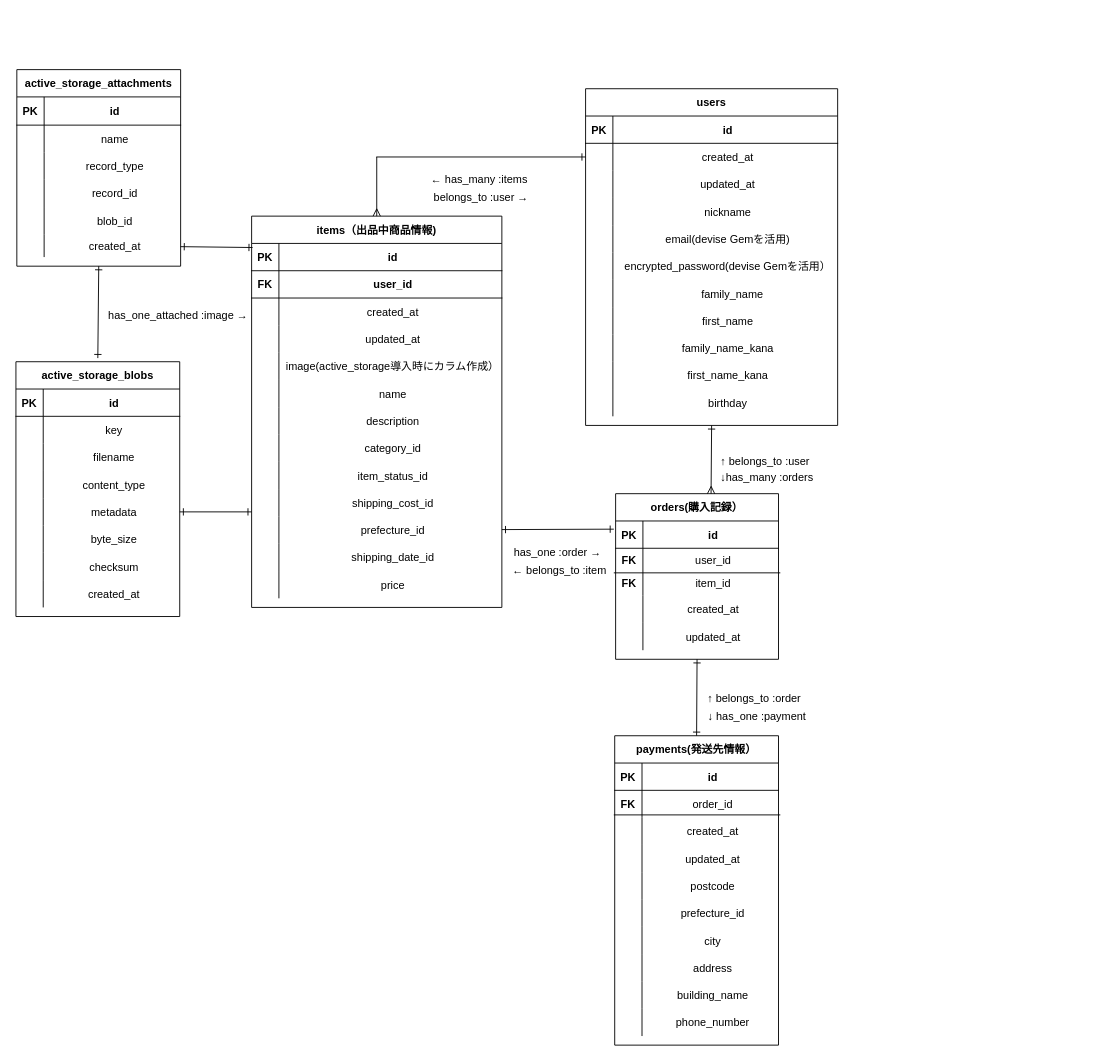
kenji198834/furima-38773 keeps this draw.io diagram as test.dio. Above is the earlier version. Source tidied: cells renumbered, new cells numbered last; positions are measured from the earlier drawing's top-left corner, leaving out a move shared by most shapes. Both pictures are drawn from the tidied source at 91%, with x=0, y=0 at pixel (15, 69).
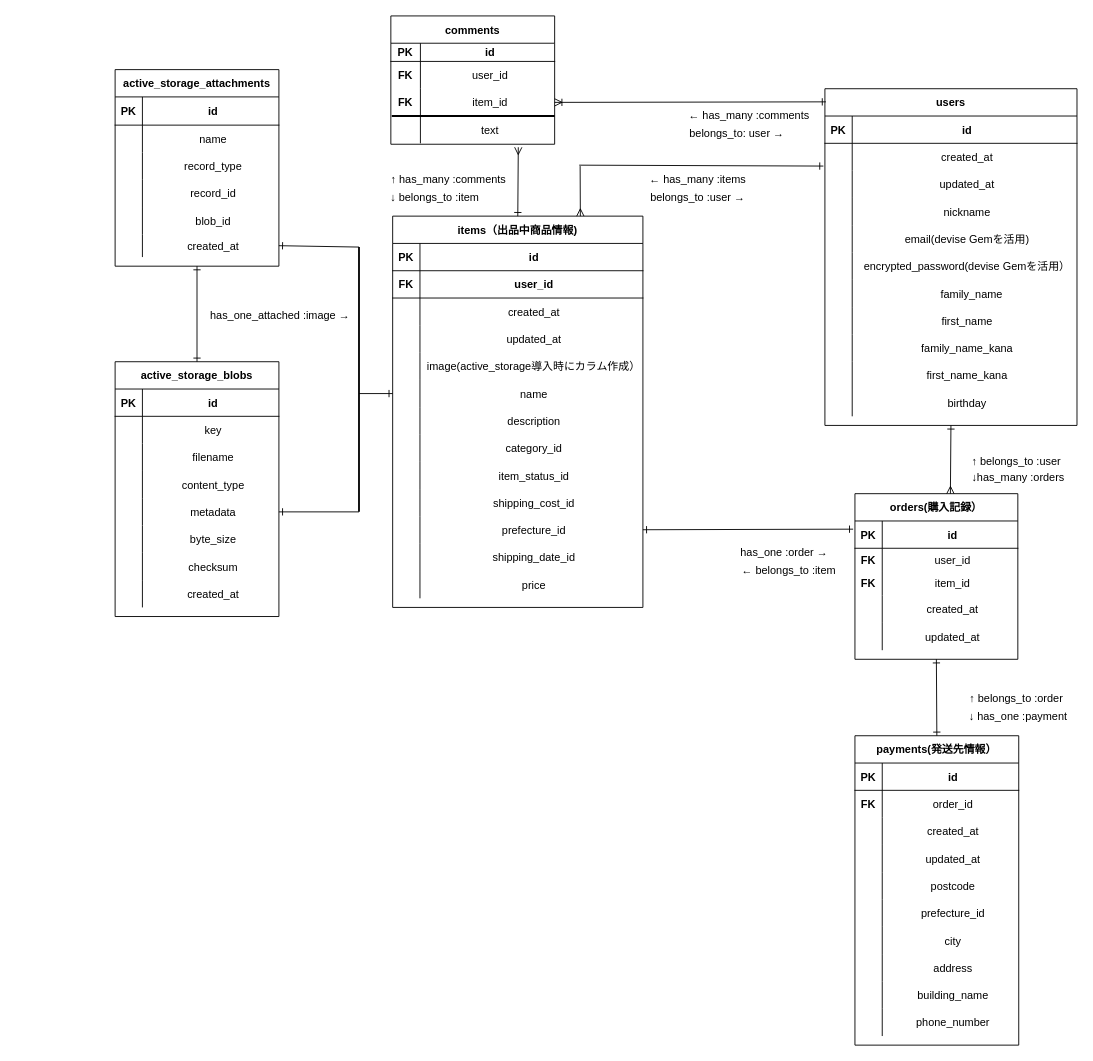
Above is the later version.

The change refers to these unchanged cells:
```xml
<mxCell id="13" style="shape=partialRectangle;fillColor=none;top=0;left=0;bottom=0;right=0;points=[[0,0.5],[1,0.5]];portConstraint=eastwest;glass=0;fontFamily=Helvetica;fontSize=12;fontColor=default;strokeColor=default;strokeWidth=1;" parent="3" vertex="1">
  <mxGeometry y="121" width="180" height="30" as="geometry" />
</mxCell>
<mxCell id="19" style="shape=partialRectangle;fillColor=none;top=0;left=0;bottom=0;right=0;points=[[0,0.5],[1,0.5]];portConstraint=eastwest;glass=0;fontFamily=Helvetica;fontSize=12;fontColor=default;strokeColor=default;strokeWidth=1;" parent="3" vertex="1">
  <mxGeometry y="181" width="180" height="25" as="geometry" />
</mxCell>
<mxCell id="35" style="shape=partialRectangle;fillColor=none;top=0;left=0;bottom=0;right=0;points=[[0,0.5],[1,0.5]];portConstraint=eastwest;glass=0;fontFamily=Helvetica;fontSize=12;fontColor=default;strokeColor=default;strokeWidth=1;" parent="22" vertex="1">
  <mxGeometry y="150" width="180" height="30" as="geometry" />
</mxCell>
<mxCell id="49" style="shape=partialRectangle;fillColor=none;top=0;left=0;bottom=1;right=0;points=[[0,0.5],[1,0.5]];portConstraint=eastwest;glass=0;fontFamily=Helvetica;fontSize=12;fontColor=default;strokeColor=default;strokeWidth=1;" parent="48" vertex="1">
  <mxGeometry y="30" width="275" height="30" as="geometry" />
</mxCell>
<mxCell id="96" style="shape=partialRectangle;fillColor=none;top=0;left=0;bottom=0;right=0;points=[[0,0.5],[1,0.5]];portConstraint=eastwest;glass=0;fontFamily=Helvetica;fontSize=12;fontColor=default;strokeColor=default;strokeWidth=1;" parent="92" vertex="1">
  <mxGeometry y="60" width="277" height="30" as="geometry" />
</mxCell>
```

Diff of the diagram source:
```diff
@@
-    <mxCell id="2" style="edgeStyle=none;html=1;exitX=0.5;exitY=1;exitDx=0;exitDy=0;fontFamily=Helvetica;fontSize=12;fontColor=default;endArrow=ERone;endFill=0;startArrow=ERone;startFill=0;" parent="1" edge="1" source="3">
-      <mxGeometry relative="1" as="geometry">
-        <mxPoint x="90" y="317" as="targetPoint" />
-      </mxGeometry>
-    </mxCell>
+    <mxCell id="187" style="edgeStyle=none;html=1;exitX=0.5;exitY=1;exitDx=0;exitDy=0;entryX=0.5;entryY=0;entryDx=0;entryDy=0;fontFamily=Helvetica;fontSize=12;fontColor=default;startArrow=ERone;startFill=0;endArrow=ERone;endFill=0;strokeColor=default;" parent="1" edge="1" source="3" target="22">
+      <mxGeometry relative="1" as="geometry" />
+    </mxCell>
     <mxCell id="3" value="active_storage_attachments" style="shape=table;startSize=30;childLayout=tableLayout;rowLines=0;fontStyle=1;align=center;glass=0;fontFamily=Helvetica;fontSize=12;fontColor=default;strokeColor=default;strokeWidth=1;fillColor=none;gradientColor=none;" parent="1" vertex="1">
-      <mxGeometry x="1" width="180" height="216" as="geometry" />
+      <mxGeometry x="109" width="180" height="216" as="geometry" />
     </mxCell>
@@
     <mxCell id="22" value="active_storage_blobs" style="shape=table;startSize=30;childLayout=tableLayout;rowLines=0;fontStyle=1;align=center;glass=0;fontFamily=Helvetica;fontSize=12;fontColor=default;strokeColor=default;strokeWidth=1;fillColor=none;gradientColor=none;" parent="1" vertex="1">
-      <mxGeometry y="321" width="180" height="280" as="geometry" />
+      <mxGeometry x="109" y="321" width="180" height="280" as="geometry" />
     </mxCell>
@@
-    <mxCell id="47" style="edgeStyle=none;html=1;fontFamily=Helvetica;fontSize=12;fontColor=default;startArrow=ERmany;startFill=0;endArrow=none;endFill=0;strokeColor=default;" parent="1" edge="1" source="48">
-      <mxGeometry relative="1" as="geometry">
-        <mxPoint x="396.5" y="96" as="targetPoint" />
-      </mxGeometry>
-    </mxCell>
+    <mxCell id="188" style="edgeStyle=none;html=1;exitX=0.75;exitY=0;exitDx=0;exitDy=0;fontFamily=Helvetica;fontSize=12;fontColor=default;startArrow=ERmany;startFill=0;endArrow=none;endFill=0;strokeColor=default;" parent="1" edge="1" source="48">
+      <mxGeometry relative="1" as="geometry">
+        <mxPoint x="620" y="106" as="targetPoint" />
+      </mxGeometry>
+    </mxCell>
+    <mxCell id="189" style="edgeStyle=none;html=1;exitX=0.5;exitY=0;exitDx=0;exitDy=0;entryX=0.778;entryY=1.144;entryDx=0;entryDy=0;entryPerimeter=0;fontFamily=Helvetica;fontSize=12;fontColor=default;startArrow=ERone;startFill=0;endArrow=ERmany;endFill=0;strokeColor=default;" parent="1" edge="1" source="48" target="205">
+      <mxGeometry relative="1" as="geometry" />
+    </mxCell>
     <mxCell id="48" value="items（出品中商品情報)" style="shape=table;startSize=30;childLayout=tableLayout;rowLines=0;fontStyle=1;align=center;glass=0;fontFamily=Helvetica;fontSize=12;fontColor=default;strokeColor=default;strokeWidth=1;fillColor=none;gradientColor=none;" parent="1" vertex="1">
-      <mxGeometry x="259" y="161" width="275" height="430" as="geometry" />
+      <mxGeometry x="414" y="161" width="275" height="430" as="geometry" />
     </mxCell>
@@
-    <mxCell id="88" style="edgeStyle=none;html=1;exitX=1;exitY=0.5;exitDx=0;exitDy=0;fontFamily=Helvetica;fontSize=12;fontColor=default;startArrow=ERone;startFill=0;endArrow=ERone;endFill=0;strokeColor=none;" parent="1" edge="1" source="13">
+    <mxCell id="88" style="edgeStyle=none;html=1;exitX=1;exitY=0.5;exitDx=0;exitDy=0;fontFamily=Helvetica;fontSize=12;fontColor=default;startArrow=none;startFill=0;endArrow=ERone;endFill=0;strokeColor=none;" parent="1" edge="1" source="190">
       <mxGeometry relative="1" as="geometry">
         <mxPoint x="189" y="136" as="targetPoint" />
         <Array as="points">
           <mxPoint x="229" y="351" />
           <mxPoint x="229" y="136" />
         </Array>
       </mxGeometry>
     </mxCell>
-    <mxCell id="89" style="edgeStyle=none;html=1;exitX=1;exitY=0.5;exitDx=0;exitDy=0;fontFamily=Helvetica;fontSize=12;fontColor=default;startArrow=ERone;startFill=0;endArrow=ERone;endFill=0;" parent="1" edge="1" source="35">
-      <mxGeometry relative="1" as="geometry">
-        <mxPoint x="259" y="486" as="targetPoint" />
-      </mxGeometry>
-    </mxCell>
-    <mxCell id="90" style="edgeStyle=none;html=1;fontFamily=Helvetica;fontSize=12;fontColor=default;startArrow=ERone;startFill=0;endArrow=ERone;endFill=0;strokeColor=default;entryX=0.004;entryY=0.15;entryDx=0;entryDy=0;entryPerimeter=0;" parent="1" edge="1" source="19" target="49">
-      <mxGeometry relative="1" as="geometry" />
-    </mxCell>
@@
     <mxCell id="92" value="users" style="shape=table;startSize=30;childLayout=tableLayout;rowLines=0;fontStyle=1;align=center;glass=0;fontFamily=Helvetica;fontSize=12;fontColor=default;strokeColor=default;strokeWidth=1;fillColor=none;gradientColor=none;" parent="1" vertex="1">
-      <mxGeometry x="626" y="21" width="277" height="370" as="geometry" />
+      <mxGeometry x="889" y="21" width="277" height="370" as="geometry" />
     </mxCell>
@@
     <mxCell id="127" value="orders(購入記録）" style="shape=table;startSize=30;childLayout=tableLayout;rowLines=0;fontStyle=1;align=center;glass=0;fontFamily=Helvetica;fontSize=12;fontColor=default;strokeColor=default;strokeWidth=1;fillColor=none;gradientColor=none;" parent="1" vertex="1">
-      <mxGeometry x="659" y="466" width="179" height="182" as="geometry" />
+      <mxGeometry x="922" y="466" width="179" height="182" as="geometry" />
     </mxCell>
@@
-    <mxCell id="143" style="line;strokeWidth=1;dashed=0;labelPosition=right;align=left;verticalAlign=middle;spacingTop=0;spacingLeft=6;glass=0;fontFamily=Helvetica;fontSize=12;fontColor=default;fillColor=none;gradientColor=none;" parent="1" vertex="1">
-      <mxGeometry x="657" y="548" width="183" height="10" as="geometry" />
-    </mxCell>
     <mxCell id="144" value="payments(発送先情報）" style="shape=table;startSize=30;childLayout=tableLayout;rowLines=0;fontStyle=1;align=center;glass=0;fontFamily=Helvetica;fontSize=12;fontColor=default;strokeColor=default;strokeWidth=1;fillColor=none;gradientColor=none;" parent="1" vertex="1">
-      <mxGeometry x="658" y="732" width="180" height="340" as="geometry" />
+      <mxGeometry x="922" y="732" width="180" height="340" as="geometry" />
     </mxCell>
@@
-    <mxCell id="175" style="line;strokeWidth=1;dashed=0;labelPosition=right;align=left;verticalAlign=middle;spacingTop=0;spacingLeft=6;glass=0;fontFamily=Helvetica;fontSize=12;fontColor=default;fillColor=none;gradientColor=none;" parent="1" vertex="1">
-      <mxGeometry x="657" y="814" width="183" height="10" as="geometry" />
-    </mxCell>
@@
-    <mxCell id="177" style="edgeStyle=none;html=1;exitX=0;exitY=0.5;exitDx=0;exitDy=0;fontFamily=Helvetica;fontSize=12;fontColor=default;startArrow=ERone;startFill=0;endArrow=none;endFill=0;strokeColor=default;" parent="1" edge="1" source="96">
+    <mxCell id="177" style="edgeStyle=none;html=1;exitX=-0.006;exitY=0.833;exitDx=0;exitDy=0;fontFamily=Helvetica;fontSize=12;fontColor=default;startArrow=ERone;startFill=0;endArrow=none;endFill=0;strokeColor=default;exitPerimeter=0;entryX=1;entryY=0.5;entryDx=0;entryDy=0;entryPerimeter=0;" parent="1" edge="1" source="96">
       <mxGeometry relative="1" as="geometry">
-        <mxPoint x="396" y="96" as="targetPoint" />
+        <mxPoint x="619" y="105" as="targetPoint" />
       </mxGeometry>
     </mxCell>
     <mxCell id="178" value="↑ belongs_to :user" style="text;html=1;align=center;verticalAlign=middle;strokeColor=none;fillColor=none;fontSize=12;fontFamily=Helvetica;fontColor=default;" parent="1" vertex="1">
-      <mxGeometry x="763" y="421" width="120" height="20" as="geometry" />
+      <mxGeometry x="1039" y="421" width="120" height="20" as="geometry" />
     </mxCell>
     <mxCell id="179" value="↓has_many :orders" style="text;html=1;align=center;verticalAlign=middle;strokeColor=none;fillColor=none;fontSize=12;fontFamily=Helvetica;fontColor=default;" parent="1" vertex="1">
-      <mxGeometry x="765" y="439" width="120" height="20" as="geometry" />
+      <mxGeometry x="1041" y="439" width="120" height="20" as="geometry" />
     </mxCell>
     <mxCell id="180" value="↑ belongs_to :order" style="text;html=1;align=center;verticalAlign=middle;strokeColor=none;fillColor=none;fontSize=12;fontFamily=Helvetica;fontColor=default;" parent="1" vertex="1">
-      <mxGeometry x="751" y="681" width="120" height="20" as="geometry" />
+      <mxGeometry x="1039" y="681" width="120" height="20" as="geometry" />
     </mxCell>
     <mxCell id="181" value="↓ has_one :payment" style="text;html=1;align=center;verticalAlign=middle;strokeColor=none;fillColor=none;fontSize=12;fontFamily=Helvetica;fontColor=default;" parent="1" vertex="1">
-      <mxGeometry x="749" y="701" width="130" height="20" as="geometry" />
+      <mxGeometry x="1036" y="701" width="130" height="20" as="geometry" />
     </mxCell>
     <mxCell id="182" value="has_one :order →" style="text;html=1;align=center;verticalAlign=middle;strokeColor=none;fillColor=none;fontSize=12;fontFamily=Helvetica;fontColor=default;" parent="1" vertex="1">
-      <mxGeometry x="540" y="521" width="110" height="20" as="geometry" />
+      <mxGeometry x="789" y="521" width="110" height="20" as="geometry" />
     </mxCell>
     <mxCell id="183" value="← belongs_to :item" style="text;html=1;align=center;verticalAlign=middle;strokeColor=none;fillColor=none;fontSize=12;fontFamily=Helvetica;fontColor=default;" parent="1" vertex="1">
-      <mxGeometry x="537" y="541" width="120" height="20" as="geometry" />
+      <mxGeometry x="789" y="541" width="120" height="20" as="geometry" />
     </mxCell>
     <mxCell id="184" value="← has_many :items" style="text;html=1;align=center;verticalAlign=middle;strokeColor=none;fillColor=none;fontSize=12;fontFamily=Helvetica;fontColor=default;" parent="1" vertex="1">
-      <mxGeometry x="449" y="111" width="120" height="20" as="geometry" />
+      <mxGeometry x="689" y="111" width="120" height="20" as="geometry" />
     </mxCell>
     <mxCell id="185" value="belongs_to :user →" style="text;html=1;align=center;verticalAlign=middle;strokeColor=none;fillColor=none;fontSize=12;fontFamily=Helvetica;fontColor=default;" parent="1" vertex="1">
-      <mxGeometry x="451" y="131" width="120" height="20" as="geometry" />
+      <mxGeometry x="689" y="131" width="120" height="20" as="geometry" />
     </mxCell>
     <mxCell id="186" value="has_one_attached :image →" style="text;html=1;align=center;verticalAlign=middle;strokeColor=none;fillColor=none;fontSize=12;fontFamily=Helvetica;fontColor=default;" parent="1" vertex="1">
-      <mxGeometry x="93" y="261" width="170" height="20" as="geometry" />
+      <mxGeometry x="205" y="261" width="170" height="20" as="geometry" />
     </mxCell>
+    <mxCell id="190" style="line;strokeWidth=2;direction=south;html=1;glass=0;fontFamily=Helvetica;fontSize=12;fontColor=default;fillColor=none;gradientColor=none;" parent="1" vertex="1">
+      <mxGeometry x="372" y="195" width="10" height="291" as="geometry" />
+    </mxCell>
+    <mxCell id="191" style="edgeStyle=none;html=1;exitX=1;exitY=0.5;exitDx=0;exitDy=0;fontFamily=Helvetica;fontSize=12;fontColor=default;startArrow=ERone;startFill=0;endArrow=none;endFill=0;strokeColor=none;" parent="1" edge="1" source="13" target="190">
+      <mxGeometry relative="1" as="geometry" />
+    </mxCell>
+    <mxCell id="192" style="edgeStyle=none;html=1;exitX=1;exitY=0.5;exitDx=0;exitDy=0;entryX=0;entryY=0.5;entryDx=0;entryDy=0;entryPerimeter=0;fontFamily=Helvetica;fontSize=12;fontColor=default;startArrow=ERone;startFill=0;endArrow=none;endFill=0;strokeColor=default;" parent="1" edge="1" source="19" target="190">
+      <mxGeometry relative="1" as="geometry" />
+    </mxCell>
+    <mxCell id="193" style="edgeStyle=none;html=1;exitX=1;exitY=0.5;exitDx=0;exitDy=0;entryX=1;entryY=0.5;entryDx=0;entryDy=0;entryPerimeter=0;fontFamily=Helvetica;fontSize=12;fontColor=default;startArrow=ERone;startFill=0;endArrow=none;endFill=0;strokeColor=default;" parent="1" edge="1" source="35" target="190">
+      <mxGeometry relative="1" as="geometry" />
+    </mxCell>
+    <mxCell id="194" style="edgeStyle=none;html=1;fontFamily=Helvetica;fontSize=12;fontColor=default;startArrow=none;startFill=0;endArrow=ERone;endFill=0;strokeColor=default;" parent="1" edge="1">
+      <mxGeometry relative="1" as="geometry">
+        <mxPoint x="377" y="356" as="sourcePoint" />
+        <mxPoint x="414" y="356" as="targetPoint" />
+      </mxGeometry>
+    </mxCell>
+    <mxCell id="195" value="comments" style="shape=table;startSize=30;childLayout=tableLayout;rowLines=0;fontStyle=1;align=center;glass=0;fontFamily=Helvetica;fontSize=12;fontColor=default;strokeColor=default;strokeWidth=1;fillColor=none;gradientColor=none;" parent="1" vertex="1">
+      <mxGeometry x="412" y="-59" width="180" height="141" as="geometry" />
+    </mxCell>
+    <mxCell id="196" style="shape=partialRectangle;fillColor=none;top=0;left=0;bottom=1;right=0;glass=0;fontFamily=Helvetica;fontSize=12;fontColor=default;strokeColor=default;strokeWidth=1;" parent="195" vertex="1">
+      <mxGeometry y="30" width="180" height="20" as="geometry" />
+    </mxCell>
+    <mxCell id="197" value="PK" style="shape=partialRectangle;fillColor=none;top=0;left=0;bottom=0;right=0;fontStyle=1;overflow=hidden;glass=0;fontFamily=Helvetica;fontSize=12;fontColor=default;strokeColor=default;strokeWidth=1;" parent="196" vertex="1">
+      <mxGeometry width="32.5" height="20" as="geometry" />
+    </mxCell>
+    <mxCell id="198" value="id" style="shape=partialRectangle;fillColor=none;top=0;left=0;bottom=0;right=0;align=center;spacingLeft=6;fontStyle=1;overflow=hidden;glass=0;fontFamily=Helvetica;fontSize=12;fontColor=default;strokeColor=default;strokeWidth=1;" parent="196" vertex="1">
+      <mxGeometry x="32.5" width="147.5" height="20" as="geometry" />
+    </mxCell>
+    <mxCell id="199" style="shape=partialRectangle;fillColor=none;top=0;left=0;bottom=0;right=0;glass=0;fontFamily=Helvetica;fontSize=12;fontColor=default;strokeColor=default;strokeWidth=1;" parent="195" vertex="1">
+      <mxGeometry y="50" width="180" height="30" as="geometry" />
+    </mxCell>
+    <mxCell id="200" value="FK" style="shape=partialRectangle;fillColor=none;top=0;left=0;bottom=0;right=0;overflow=hidden;glass=0;fontFamily=Helvetica;fontSize=12;fontColor=default;strokeColor=default;strokeWidth=1;fontStyle=1;" parent="199" vertex="1">
+      <mxGeometry width="32.5" height="30" as="geometry" />
+    </mxCell>
+    <mxCell id="201" value="user_id" style="shape=partialRectangle;fillColor=none;top=0;left=0;bottom=0;right=0;align=center;spacingLeft=6;overflow=hidden;glass=0;fontFamily=Helvetica;fontSize=12;fontColor=default;strokeColor=default;strokeWidth=1;" parent="199" vertex="1">
+      <mxGeometry x="32.5" width="147.5" height="30" as="geometry" />
+    </mxCell>
+    <mxCell id="202" style="shape=partialRectangle;fillColor=none;top=0;left=0;bottom=0;right=0;points=[[0,0.5],[1,0.5]];portConstraint=eastwest;glass=0;fontFamily=Helvetica;fontSize=12;fontColor=default;strokeColor=default;strokeWidth=1;" parent="195" vertex="1">
+      <mxGeometry y="80" width="180" height="30" as="geometry" />
+    </mxCell>
+    <mxCell id="203" value="FK" style="shape=partialRectangle;fillColor=none;top=0;left=0;bottom=0;right=0;overflow=hidden;glass=0;fontFamily=Helvetica;fontSize=12;fontColor=default;strokeColor=default;strokeWidth=1;fontStyle=1;" parent="202" vertex="1">
+      <mxGeometry width="32.5" height="30" as="geometry" />
+    </mxCell>
+    <mxCell id="204" value="item_id" style="shape=partialRectangle;fillColor=none;top=0;left=0;bottom=0;right=0;align=center;spacingLeft=6;overflow=hidden;glass=0;fontFamily=Helvetica;fontSize=12;fontColor=default;strokeColor=default;strokeWidth=1;" parent="202" vertex="1">
+      <mxGeometry x="32.5" width="147.5" height="30" as="geometry" />
+    </mxCell>
+    <mxCell id="205" style="shape=partialRectangle;fillColor=none;top=0;left=0;bottom=0;right=0;points=[[0,0.5],[1,0.5]];portConstraint=eastwest;glass=0;fontFamily=Helvetica;fontSize=12;fontColor=default;strokeColor=default;strokeWidth=1;" parent="195" vertex="1">
+      <mxGeometry y="110" width="180" height="30" as="geometry" />
+    </mxCell>
+    <mxCell id="206" style="shape=partialRectangle;fillColor=none;top=0;left=0;bottom=0;right=0;overflow=hidden;glass=0;fontFamily=Helvetica;fontSize=12;fontColor=default;strokeColor=default;strokeWidth=1;" parent="205" vertex="1">
+      <mxGeometry width="32.5" height="30" as="geometry" />
+    </mxCell>
+    <mxCell id="207" value="text" style="shape=partialRectangle;fillColor=none;top=0;left=0;bottom=0;right=0;align=center;spacingLeft=6;overflow=hidden;glass=0;fontFamily=Helvetica;fontSize=12;fontColor=default;strokeColor=default;strokeWidth=1;" parent="205" vertex="1">
+      <mxGeometry x="32.5" width="147.5" height="30" as="geometry" />
+    </mxCell>
+    <mxCell id="208" style="edgeStyle=none;html=1;exitX=1;exitY=0.5;exitDx=0;exitDy=0;entryX=0.004;entryY=0.039;entryDx=0;entryDy=0;entryPerimeter=0;fontFamily=Helvetica;fontSize=12;fontColor=default;startArrow=ERoneToMany;startFill=0;endArrow=ERone;endFill=0;strokeColor=default;" parent="1" edge="1" source="202" target="92">
+      <mxGeometry relative="1" as="geometry" />
+    </mxCell>
+    <mxCell id="209" value="← has_many :comments&amp;nbsp;" style="text;html=1;align=center;verticalAlign=middle;strokeColor=none;fillColor=none;fontSize=12;fontFamily=Helvetica;fontColor=default;" parent="1" vertex="1">
+      <mxGeometry x="732" y="41" width="150" height="20" as="geometry" />
+    </mxCell>
+    <mxCell id="210" value="belongs_to: user →" style="text;html=1;align=center;verticalAlign=middle;strokeColor=none;fillColor=none;fontSize=12;fontFamily=Helvetica;fontColor=default;" parent="1" vertex="1">
+      <mxGeometry x="732" y="61" width="120" height="20" as="geometry" />
+    </mxCell>
+    <mxCell id="211" value="↑ has_many :comments" style="text;html=1;align=center;verticalAlign=middle;points=[];strokeColor=none;fillColor=none;fontSize=12;fontFamily=Helvetica;fontColor=default;" parent="1" vertex="1">
+      <mxGeometry x="400" y="111" width="150" height="20" as="geometry" />
+    </mxCell>
+    <mxCell id="212" style="edgeStyle=none;html=1;fontFamily=Helvetica;fontSize=12;fontColor=default;startArrow=ERoneToMany;startFill=0;endArrow=ERone;endFill=0;strokeColor=default;" parent="1" edge="1" source="213" target="211">
+      <mxGeometry relative="1" as="geometry" />
+    </mxCell>
+    <mxCell id="213" value="↓ belongs_to :item" style="text;html=1;align=center;verticalAlign=middle;points=[];strokeColor=none;fillColor=none;fontSize=12;fontFamily=Helvetica;fontColor=default;" parent="1" vertex="1">
+      <mxGeometry x="400" y="131" width="120" height="20" as="geometry" />
+    </mxCell>
+    <mxCell id="214" style="line;strokeWidth=2;html=1;glass=0;fontFamily=Helvetica;fontSize=12;fontColor=default;fillColor=none;gradientColor=none;" parent="1" vertex="1">
+      <mxGeometry x="413" y="46" width="179" height="10" as="geometry" />
+    </mxCell>
```
